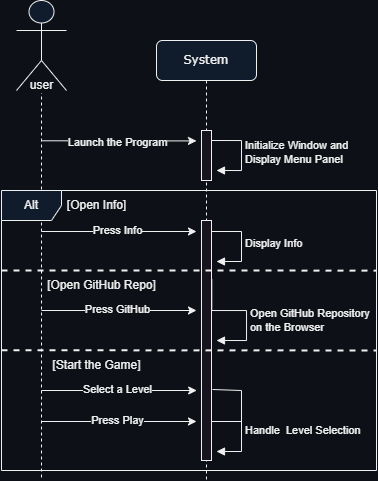
Above: img/Sequence_Diagrams/SD-main_menu-dark_theme.png in nickramos94/Klotski (draw.io), before the change. Source tidied: cells renumbered, new cells last; positions are measured from the earlier drawing's top-left corner, leaving out a move shared by most shapes.
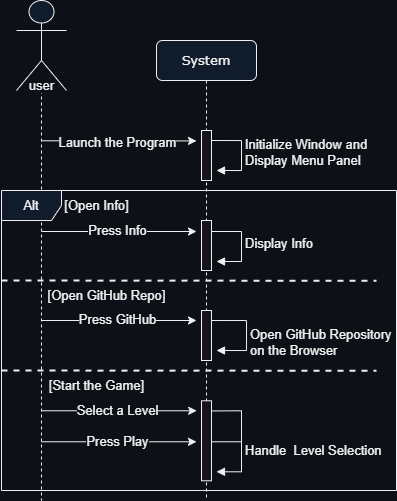
The same file after the commit.

Commit message:
Sequence Diagram level_selection added

The edit, as a diff of the source:
```diff
@@ -2,24 +2,24 @@
   <root>
     <mxCell id="0" />
     <mxCell id="1" parent="0" />
-    <mxCell id="2" value="System" style="shape=umlLifeline;perimeter=lifelinePerimeter;whiteSpace=wrap;html=1;rounded=1;shadow=0;comic=0;labelBackgroundColor=none;strokeWidth=1;fontFamily=Verdana;fontSize=12;align=center;fillColor=#101c2c;" parent="1" vertex="1">
-      <mxGeometry x="155" y="40" width="100" height="440" as="geometry" />
+    <mxCell id="2" value="System" style="shape=umlLifeline;perimeter=lifelinePerimeter;whiteSpace=wrap;html=1;rounded=1;shadow=0;comic=0;labelBackgroundColor=none;strokeWidth=1;fontFamily=Verdana;fontSize=13;align=center;fillColor=#101c2c;" parent="1" vertex="1">
+      <mxGeometry x="155" y="40" width="100" height="460" as="geometry" />
     </mxCell>
-    <mxCell id="3" style="html=1;perimeter=orthogonalPerimeter;rounded=0;shadow=0;comic=0;labelBackgroundColor=#0d1117;strokeWidth=1;fontFamily=Verdana;fontSize=12;align=center;" parent="2" vertex="1">
+    <mxCell id="3" style="html=1;perimeter=orthogonalPerimeter;rounded=0;shadow=0;comic=0;labelBackgroundColor=#0d1117;strokeWidth=1;fontFamily=Verdana;fontSize=13;align=center;" parent="2" vertex="1">
       <mxGeometry x="45" y="90" width="10" height="50" as="geometry" />
     </mxCell>
-    <mxCell id="4" style="edgeStyle=elbowEdgeStyle;rounded=0;orthogonalLoop=1;jettySize=auto;html=1;elbow=vertical;curved=0;labelBackgroundColor=#0d1117;" parent="2" edge="1">
+    <mxCell id="4" style="edgeStyle=elbowEdgeStyle;rounded=0;orthogonalLoop=1;jettySize=auto;html=1;elbow=vertical;curved=0;fontSize=13;labelBackgroundColor=#0d1117;" parent="2" edge="1">
       <mxGeometry relative="1" as="geometry">
         <mxPoint x="-115.1" y="100.3" as="sourcePoint" />
         <mxPoint x="40" y="100" as="targetPoint" />
       </mxGeometry>
     </mxCell>
-    <mxCell id="5" value="Launch the Program" style="edgeLabel;html=1;align=center;verticalAlign=middle;labelBackgroundColor=#0d1117;" parent="4" vertex="1">
+    <mxCell id="5" value="Launch the Program" style="edgeLabel;html=1;align=center;verticalAlign=middle;fontSize=13;labelBackgroundColor=#0d1117;" parent="4" vertex="1">
       <mxGeometry x="-0.63" y="-1" relative="1" as="geometry">
         <mxPoint x="47" as="offset" />
       </mxGeometry>
     </mxCell>
-    <mxCell id="6" value="Initialize Window and&amp;nbsp;&lt;br&gt;Display Menu Panel" style="html=1;align=left;spacingLeft=2;endArrow=block;rounded=0;edgeStyle=orthogonalEdgeStyle;curved=0;rounded=0;labelBackgroundColor=#0d1117;" parent="2" edge="1">
+    <mxCell id="6" value="Initialize Window and&amp;nbsp;&lt;br style=&quot;font-size: 13px;&quot;&gt;Display Menu Panel" style="html=1;align=left;spacingLeft=2;endArrow=block;rounded=0;edgeStyle=orthogonalEdgeStyle;curved=0;rounded=0;fontSize=13;labelBackgroundColor=#0d1117;" parent="2" edge="1">
       <mxGeometry relative="1" as="geometry">
         <mxPoint x="55" y="100" as="sourcePoint" />
         <mxPoint x="60" y="130" as="targetPoint" />
@@ -28,10 +28,10 @@
         </Array>
       </mxGeometry>
     </mxCell>
-    <mxCell id="7" style="html=1;points=[];perimeter=orthogonalPerimeter;rounded=0;shadow=0;comic=0;labelBackgroundColor=#0d1117;strokeWidth=1;fontFamily=Verdana;fontSize=12;align=center;" parent="2" vertex="1">
-      <mxGeometry x="45" y="180" width="10" height="240" as="geometry" />
+    <mxCell id="7" style="html=1;points=[];perimeter=orthogonalPerimeter;rounded=0;shadow=0;comic=0;labelBackgroundColor=#0d1117;strokeWidth=1;fontFamily=Verdana;fontSize=13;align=center;" parent="2" vertex="1">
+      <mxGeometry x="45" y="180" width="10" height="50" as="geometry" />
     </mxCell>
-    <mxCell id="8" value="Display Info" style="html=1;align=left;spacingLeft=2;endArrow=block;rounded=0;edgeStyle=orthogonalEdgeStyle;curved=0;rounded=0;labelBackgroundColor=#0d1117;" parent="2" edge="1">
+    <mxCell id="8" value="Display Info" style="html=1;align=left;spacingLeft=2;endArrow=block;rounded=0;edgeStyle=orthogonalEdgeStyle;curved=0;rounded=0;fontSize=13;labelBackgroundColor=#0d1117;" parent="2" edge="1">
       <mxGeometry relative="1" as="geometry">
         <mxPoint x="55" y="191" as="sourcePoint" />
         <mxPoint x="60" y="221" as="targetPoint" />
@@ -40,104 +40,112 @@
         </Array>
       </mxGeometry>
     </mxCell>
-    <mxCell id="9" style="shape=umlLifeline;perimeter=lifelinePerimeter;whiteSpace=wrap;html=1;outlineConnect=0;portConstraint=eastwest;newEdgeStyle={&quot;edgeStyle&quot;:&quot;elbowEdgeStyle&quot;,&quot;elbow&quot;:&quot;vertical&quot;,&quot;curved&quot;:0,&quot;rounded&quot;:0};participant=umlActor;size=90;labelBackgroundColor=#0d1117;fillColor=#101c2c;" parent="1" vertex="1">
-      <mxGeometry x="15" width="50" height="480" as="geometry" />
-    </mxCell>
-    <mxCell id="10" value="user" style="text;html=1;align=center;verticalAlign=middle;strokeColor=none;fillColor=none;labelBackgroundColor=#0d1117;" parent="1" vertex="1">
-      <mxGeometry x="15" y="70" width="50" height="30" as="geometry" />
-    </mxCell>
-    <mxCell id="11" style="endArrow=classic;html=1;rounded=0;labelBackgroundColor=#0d1117;" parent="1" edge="1">
-      <mxGeometry relative="1" as="geometry">
-        <mxPoint x="39.9" y="231" as="sourcePoint" />
-        <mxPoint x="195" y="231" as="targetPoint" />
-      </mxGeometry>
-    </mxCell>
-    <mxCell id="12" value="Press Info" style="edgeLabel;html=1;align=center;verticalAlign=middle;labelBackgroundColor=#0d1117;" parent="11" vertex="1">
-      <mxGeometry x="-0.32" y="1" relative="1" as="geometry">
-        <mxPoint x="23" as="offset" />
-      </mxGeometry>
-    </mxCell>
-    <mxCell id="13" value="Alt" style="shape=umlFrame;whiteSpace=wrap;html=1;labelBackgroundColor=none;fillColor=#101c2c;" parent="1" vertex="1">
-      <mxGeometry y="190" width="375" height="280" as="geometry" />
-    </mxCell>
-    <mxCell id="14" style="endArrow=none;dashed=1;html=1;strokeWidth=2;rounded=0;exitX=0;exitY=0.25;exitDx=0;exitDy=0;exitPerimeter=0;labelBackgroundColor=#0d1117;" parent="1" edge="1">
+    <mxCell id="14" style="endArrow=none;dashed=1;html=1;strokeWidth=2;rounded=0;exitX=0;exitY=0.25;exitDx=0;exitDy=0;exitPerimeter=0;fontSize=13;labelBackgroundColor=#0d1117;" parent="2" edge="1">
       <mxGeometry relative="1" as="geometry">
-        <mxPoint y="349.7" as="sourcePoint" />
-        <mxPoint x="375" y="350" as="targetPoint" />
+        <mxPoint x="-155" y="330" as="sourcePoint" />
+        <mxPoint x="220" y="330.3" as="targetPoint" />
       </mxGeometry>
     </mxCell>
-    <mxCell id="15" value="[Open Info]" style="text;html=1;align=center;verticalAlign=middle;strokeColor=none;fillColor=none;labelBackgroundColor=#0d1117;" parent="1" vertex="1">
-      <mxGeometry x="55" y="190" width="80" height="30" as="geometry" />
-    </mxCell>
-    <mxCell id="16" value="[Start the Game]" style="text;html=1;align=center;verticalAlign=middle;strokeColor=none;fillColor=none;labelBackgroundColor=#0d1117;" parent="1" vertex="1">
-      <mxGeometry x="40" y="350" width="110" height="30" as="geometry" />
+    <mxCell id="16" value="[Start the Game]" style="text;html=1;align=center;verticalAlign=middle;strokeColor=none;fillColor=none;fontSize=13;labelBackgroundColor=#0d1117;" parent="2" vertex="1">
+      <mxGeometry x="-120" y="330.3" width="120" height="30" as="geometry" />
     </mxCell>
-    <mxCell id="17" style="endArrow=none;dashed=1;html=1;strokeWidth=2;rounded=0;exitX=0;exitY=0.25;exitDx=0;exitDy=0;exitPerimeter=0;entryX=1;entryY=0.286;entryDx=0;entryDy=0;entryPerimeter=0;labelBackgroundColor=#0d1117;" parent="1" edge="1" target="13">
-      <mxGeometry relative="1" as="geometry">
-        <mxPoint y="270" as="sourcePoint" />
-      </mxGeometry>
-    </mxCell>
-    <mxCell id="18" style="endArrow=classic;html=1;rounded=0;labelBackgroundColor=#0d1117;" parent="1" edge="1" source="9">
-      <mxGeometry relative="1" as="geometry">
-        <mxPoint x="195" y="310" as="targetPoint" />
-      </mxGeometry>
-    </mxCell>
-    <mxCell id="19" value="Press GitHub" style="edgeLabel;html=1;align=center;verticalAlign=middle;labelBackgroundColor=#0d1117;" parent="18" vertex="1">
-      <mxGeometry x="-0.32" y="1" relative="1" as="geometry">
-        <mxPoint x="23" as="offset" />
-      </mxGeometry>
-    </mxCell>
-    <mxCell id="20" value="Open GitHub Repository&lt;br&gt;on the Browser" style="html=1;align=left;spacingLeft=2;endArrow=block;rounded=0;edgeStyle=orthogonalEdgeStyle;curved=0;rounded=0;exitX=1.029;exitY=0.244;exitDx=0;exitDy=0;exitPerimeter=0;labelBackgroundColor=#0d1117;" parent="1" edge="1" source="7">
-      <mxGeometry x="0.21" relative="1" as="geometry">
-        <mxPoint x="215" y="340" as="targetPoint" />
-        <Array as="points">
-          <mxPoint x="245" y="310" />
-          <mxPoint x="245" y="340" />
-        </Array>
-      </mxGeometry>
-    </mxCell>
-    <mxCell id="21" value="[Open GitHub Repo]" style="text;html=1;align=center;verticalAlign=middle;strokeColor=none;fillColor=none;labelBackgroundColor=#0d1117;" parent="1" vertex="1">
-      <mxGeometry x="35" y="270" width="130" height="30" as="geometry" />
-    </mxCell>
-    <mxCell id="22" style="endArrow=classic;html=1;rounded=0;labelBackgroundColor=#0d1117;" parent="1" edge="1">
+    <mxCell id="22" style="endArrow=classic;html=1;rounded=0;fontSize=13;labelBackgroundColor=#0d1117;" parent="2" edge="1">
       <mxGeometry relative="1" as="geometry">
-        <mxPoint x="40" y="390" as="sourcePoint" />
-        <mxPoint x="195.2" y="390" as="targetPoint" />
+        <mxPoint x="-115" y="370.3" as="sourcePoint" />
+        <mxPoint x="40.2" y="370.3" as="targetPoint" />
       </mxGeometry>
     </mxCell>
-    <mxCell id="23" value="Select a Level" style="edgeLabel;html=1;align=center;verticalAlign=middle;labelBackgroundColor=#0d1117;" parent="22" vertex="1">
+    <mxCell id="23" value="Select a Level" style="edgeLabel;html=1;align=center;verticalAlign=middle;fontSize=13;labelBackgroundColor=#0d1117;" parent="22" vertex="1">
       <mxGeometry x="-0.32" y="1" relative="1" as="geometry">
         <mxPoint x="23" as="offset" />
       </mxGeometry>
     </mxCell>
-    <mxCell id="24" style="endArrow=classic;html=1;rounded=0;labelBackgroundColor=#0d1117;" parent="1" edge="1">
+    <mxCell id="24" style="endArrow=classic;html=1;rounded=0;fontSize=13;labelBackgroundColor=#0d1117;" parent="2" edge="1">
       <mxGeometry relative="1" as="geometry">
-        <mxPoint x="39.8" y="421" as="sourcePoint" />
-        <mxPoint x="195" y="421" as="targetPoint" />
+        <mxPoint x="-115.2" y="401.3" as="sourcePoint" />
+        <mxPoint x="40" y="401.3" as="targetPoint" />
       </mxGeometry>
     </mxCell>
-    <mxCell id="25" value="Press Play" style="edgeLabel;html=1;align=center;verticalAlign=middle;labelBackgroundColor=#0d1117;" parent="24" vertex="1">
+    <mxCell id="25" value="Press Play" style="edgeLabel;html=1;align=center;verticalAlign=middle;fontSize=13;labelBackgroundColor=#0d1117;" parent="24" vertex="1">
       <mxGeometry x="-0.32" y="1" relative="1" as="geometry">
         <mxPoint x="23" as="offset" />
       </mxGeometry>
     </mxCell>
-    <mxCell id="26" value="Handle&amp;nbsp; Level Selection" style="html=1;align=left;spacingLeft=2;endArrow=block;rounded=0;edgeStyle=orthogonalEdgeStyle;curved=0;rounded=0;labelBackgroundColor=#0d1117;" parent="1" edge="1">
+    <mxCell id="26" value="Handle&amp;nbsp; Level Selection" style="html=1;align=left;spacingLeft=2;endArrow=block;rounded=0;edgeStyle=orthogonalEdgeStyle;curved=0;rounded=0;fontSize=13;labelBackgroundColor=#0d1117;" parent="2" edge="1">
       <mxGeometry x="-0.08" relative="1" as="geometry">
-        <mxPoint x="210" y="421" as="sourcePoint" />
-        <mxPoint x="215" y="451" as="targetPoint" />
+        <mxPoint x="55" y="401.3" as="sourcePoint" />
+        <mxPoint x="60" y="431.3" as="targetPoint" />
         <Array as="points">
-          <mxPoint x="240" y="451" />
+          <mxPoint x="85" y="431.3" />
         </Array>
       </mxGeometry>
     </mxCell>
-    <mxCell id="27" style="endArrow=none;html=1;rounded=0;exitX=1.143;exitY=0.458;exitDx=0;exitDy=0;exitPerimeter=0;labelBackgroundColor=#0d1117;" parent="1" edge="1">
+    <mxCell id="27" style="endArrow=none;html=1;rounded=0;exitX=1.086;exitY=0.127;exitDx=0;exitDy=0;exitPerimeter=0;fontSize=13;labelBackgroundColor=#0d1117;" parent="2" edge="1" source="28">
       <mxGeometry relative="1" as="geometry">
-        <mxPoint x="211" y="389" as="sourcePoint" />
-        <mxPoint x="240" y="430" as="targetPoint" />
+        <mxPoint x="85" y="410.3" as="targetPoint" />
         <Array as="points">
-          <mxPoint x="240" y="390" />
+          <mxPoint x="85" y="370.3" />
         </Array>
       </mxGeometry>
     </mxCell>
+    <mxCell id="28" style="html=1;points=[];perimeter=orthogonalPerimeter;rounded=0;shadow=0;comic=0;labelBackgroundColor=#0d1117;strokeWidth=1;fontFamily=Verdana;fontSize=13;align=center;" parent="2" vertex="1">
+      <mxGeometry x="45" y="360.3" width="10" height="80" as="geometry" />
+    </mxCell>
+    <mxCell id="9" style="shape=umlLifeline;perimeter=lifelinePerimeter;whiteSpace=wrap;html=1;outlineConnect=0;portConstraint=eastwest;newEdgeStyle={&quot;edgeStyle&quot;:&quot;elbowEdgeStyle&quot;,&quot;elbow&quot;:&quot;vertical&quot;,&quot;curved&quot;:0,&quot;rounded&quot;:0};participant=umlActor;size=90;fontSize=13;labelBackgroundColor=none;fillColor=#101c2c;" parent="1" vertex="1">
+      <mxGeometry x="15" width="50" height="500" as="geometry" />
+    </mxCell>
+    <mxCell id="10" value="user" style="text;html=1;align=center;verticalAlign=middle;strokeColor=none;fillColor=none;fontSize=13;labelBackgroundColor=#0d1117;" parent="1" vertex="1">
+      <mxGeometry x="15" y="70" width="50" height="30" as="geometry" />
+    </mxCell>
+    <mxCell id="11" style="endArrow=classic;html=1;rounded=0;fontSize=13;labelBackgroundColor=#0d1117;" parent="1" edge="1">
+      <mxGeometry relative="1" as="geometry">
+        <mxPoint x="39.9" y="231" as="sourcePoint" />
+        <mxPoint x="195" y="231" as="targetPoint" />
+      </mxGeometry>
+    </mxCell>
+    <mxCell id="12" value="Press Info" style="edgeLabel;html=1;align=center;verticalAlign=middle;fontSize=13;labelBackgroundColor=#0d1117;" parent="11" vertex="1">
+      <mxGeometry x="-0.32" y="1" relative="1" as="geometry">
+        <mxPoint x="23" as="offset" />
+      </mxGeometry>
+    </mxCell>
+    <mxCell id="13" value="Alt" style="shape=umlFrame;whiteSpace=wrap;html=1;fontSize=13;labelBackgroundColor=none;fillColor=#101c2c;" parent="1" vertex="1">
+      <mxGeometry y="190" width="395" height="300" as="geometry" />
+    </mxCell>
+    <mxCell id="15" value="[Open Info]" style="text;html=1;align=center;verticalAlign=middle;strokeColor=none;fillColor=none;fontSize=13;labelBackgroundColor=#0d1117;" parent="1" vertex="1">
+      <mxGeometry x="50" y="190" width="90" height="30" as="geometry" />
+    </mxCell>
+    <mxCell id="18" style="endArrow=classic;html=1;rounded=0;fontSize=13;labelBackgroundColor=#0d1117;" parent="1" edge="1">
+      <mxGeometry relative="1" as="geometry">
+        <mxPoint x="39.9" y="320" as="sourcePoint" />
+        <mxPoint x="195" y="320" as="targetPoint" />
+      </mxGeometry>
+    </mxCell>
+    <mxCell id="19" value="Press GitHub" style="edgeLabel;html=1;align=center;verticalAlign=middle;fontSize=13;labelBackgroundColor=#0d1117;" parent="18" vertex="1">
+      <mxGeometry x="-0.32" y="1" relative="1" as="geometry">
+        <mxPoint x="23" as="offset" />
+      </mxGeometry>
+    </mxCell>
+    <mxCell id="20" value="Open GitHub Repository&lt;br style=&quot;font-size: 13px;&quot;&gt;on the Browser" style="html=1;align=left;spacingLeft=2;endArrow=block;rounded=0;edgeStyle=orthogonalEdgeStyle;curved=0;rounded=0;fontSize=13;labelBackgroundColor=#0d1117;" parent="1" edge="1">
+      <mxGeometry x="0.21" relative="1" as="geometry">
+        <mxPoint x="210" y="320" as="sourcePoint" />
+        <mxPoint x="215" y="350" as="targetPoint" />
+        <Array as="points">
+          <mxPoint x="245" y="320" />
+          <mxPoint x="245" y="350" />
+        </Array>
+      </mxGeometry>
+    </mxCell>
+    <mxCell id="21" value="[Open GitHub Repo]" style="text;html=1;align=center;verticalAlign=middle;strokeColor=none;fillColor=none;fontSize=13;labelBackgroundColor=#0d1117;" parent="1" vertex="1">
+      <mxGeometry x="35" y="280" width="140" height="30" as="geometry" />
+    </mxCell>
+    <mxCell id="29" style="html=1;perimeter=orthogonalPerimeter;rounded=0;shadow=0;comic=0;labelBackgroundColor=#0d1117;strokeWidth=1;fontFamily=Verdana;fontSize=13;align=center;" parent="1" vertex="1">
+      <mxGeometry x="200" y="310" width="10" height="50" as="geometry" />
+    </mxCell>
+    <mxCell id="30" style="endArrow=none;dashed=1;html=1;strokeWidth=2;rounded=0;exitX=0;exitY=0.25;exitDx=0;exitDy=0;exitPerimeter=0;fontSize=13;labelBackgroundColor=#0d1117;" parent="1" edge="1">
+      <mxGeometry relative="1" as="geometry">
+        <mxPoint y="280" as="sourcePoint" />
+        <mxPoint x="375" y="280.3" as="targetPoint" />
+      </mxGeometry>
+    </mxCell>
   </root>
 </mxGraphModel>
```
